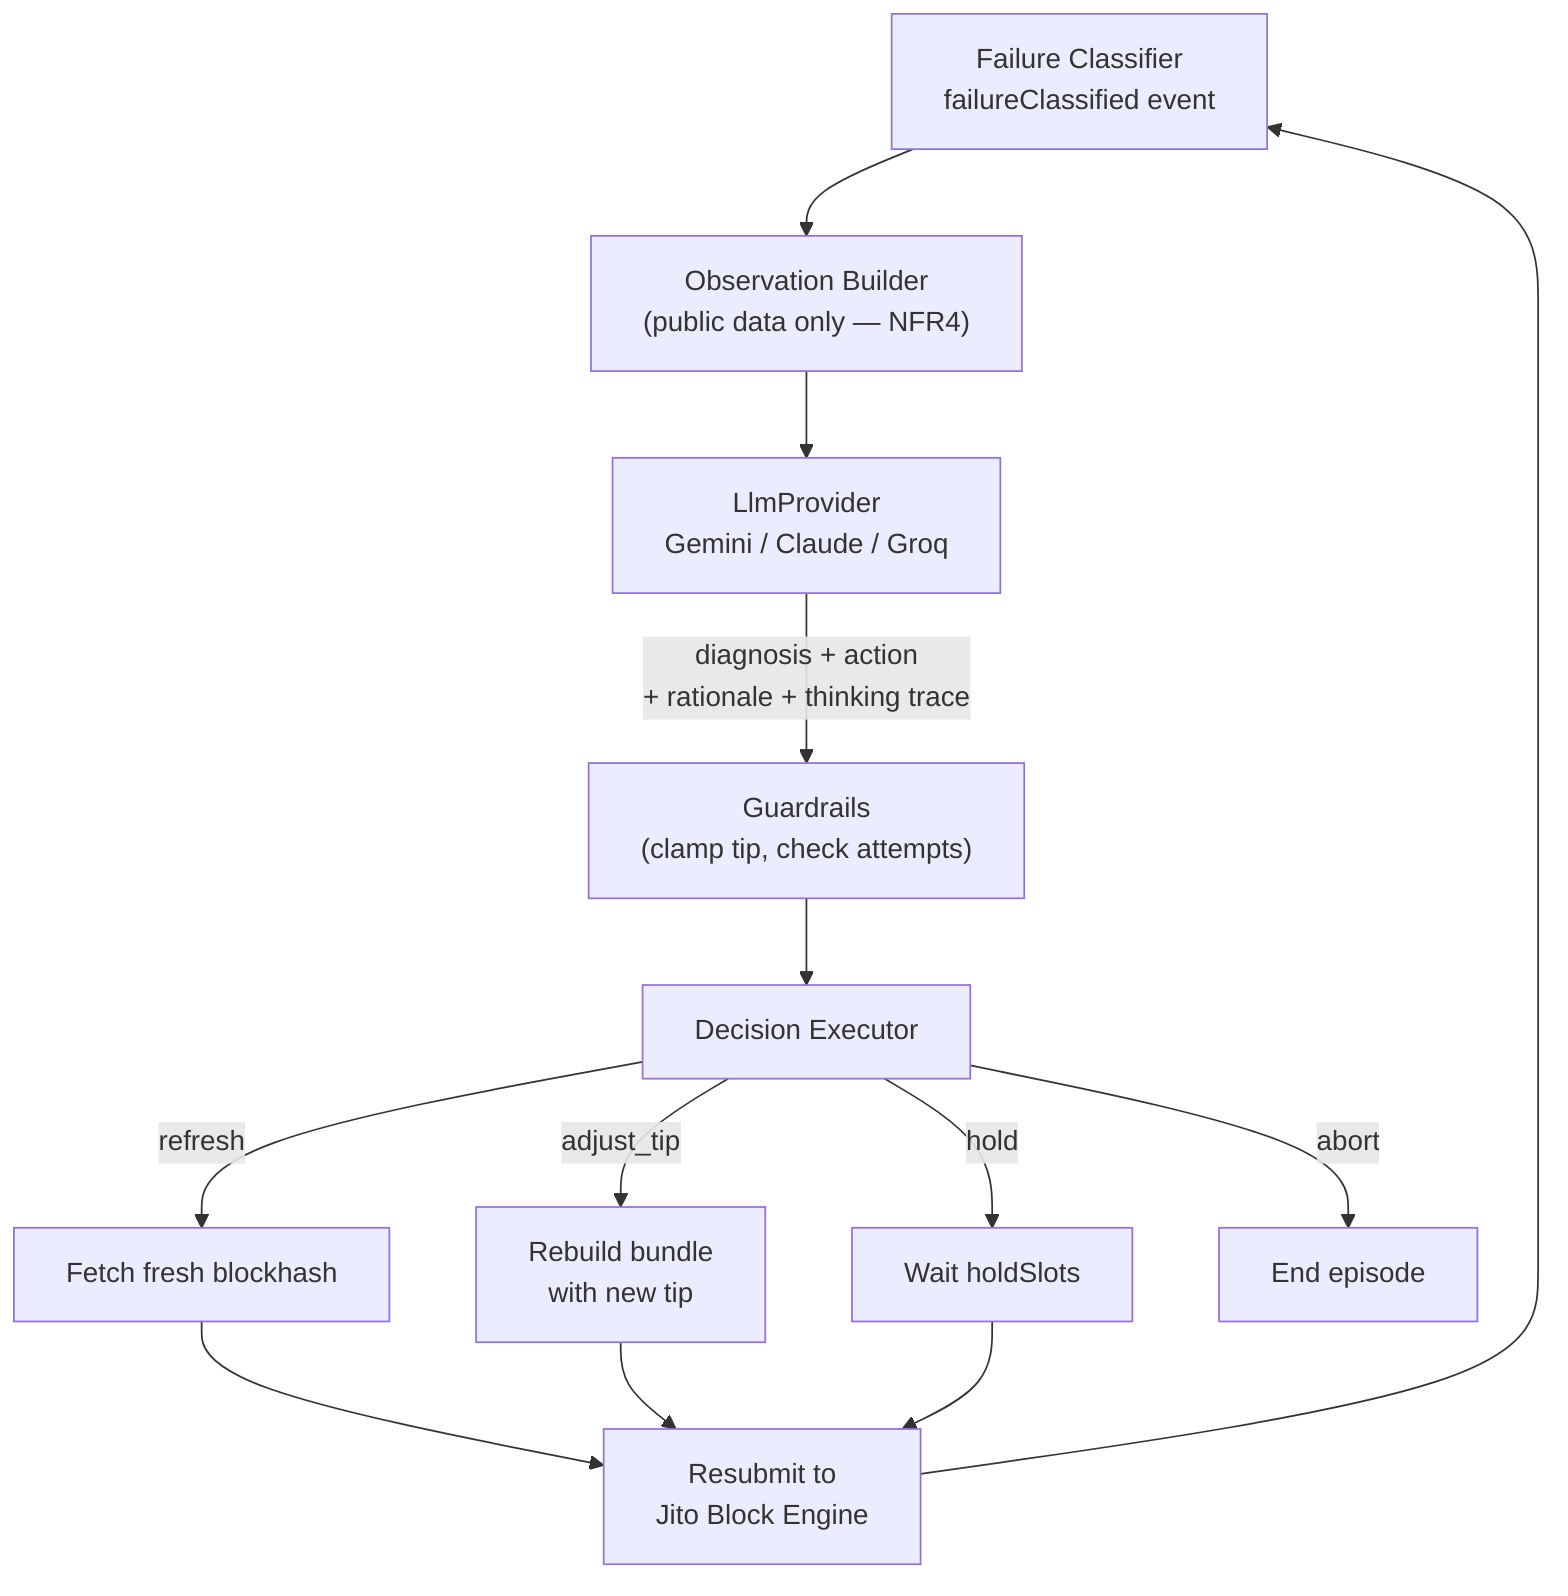
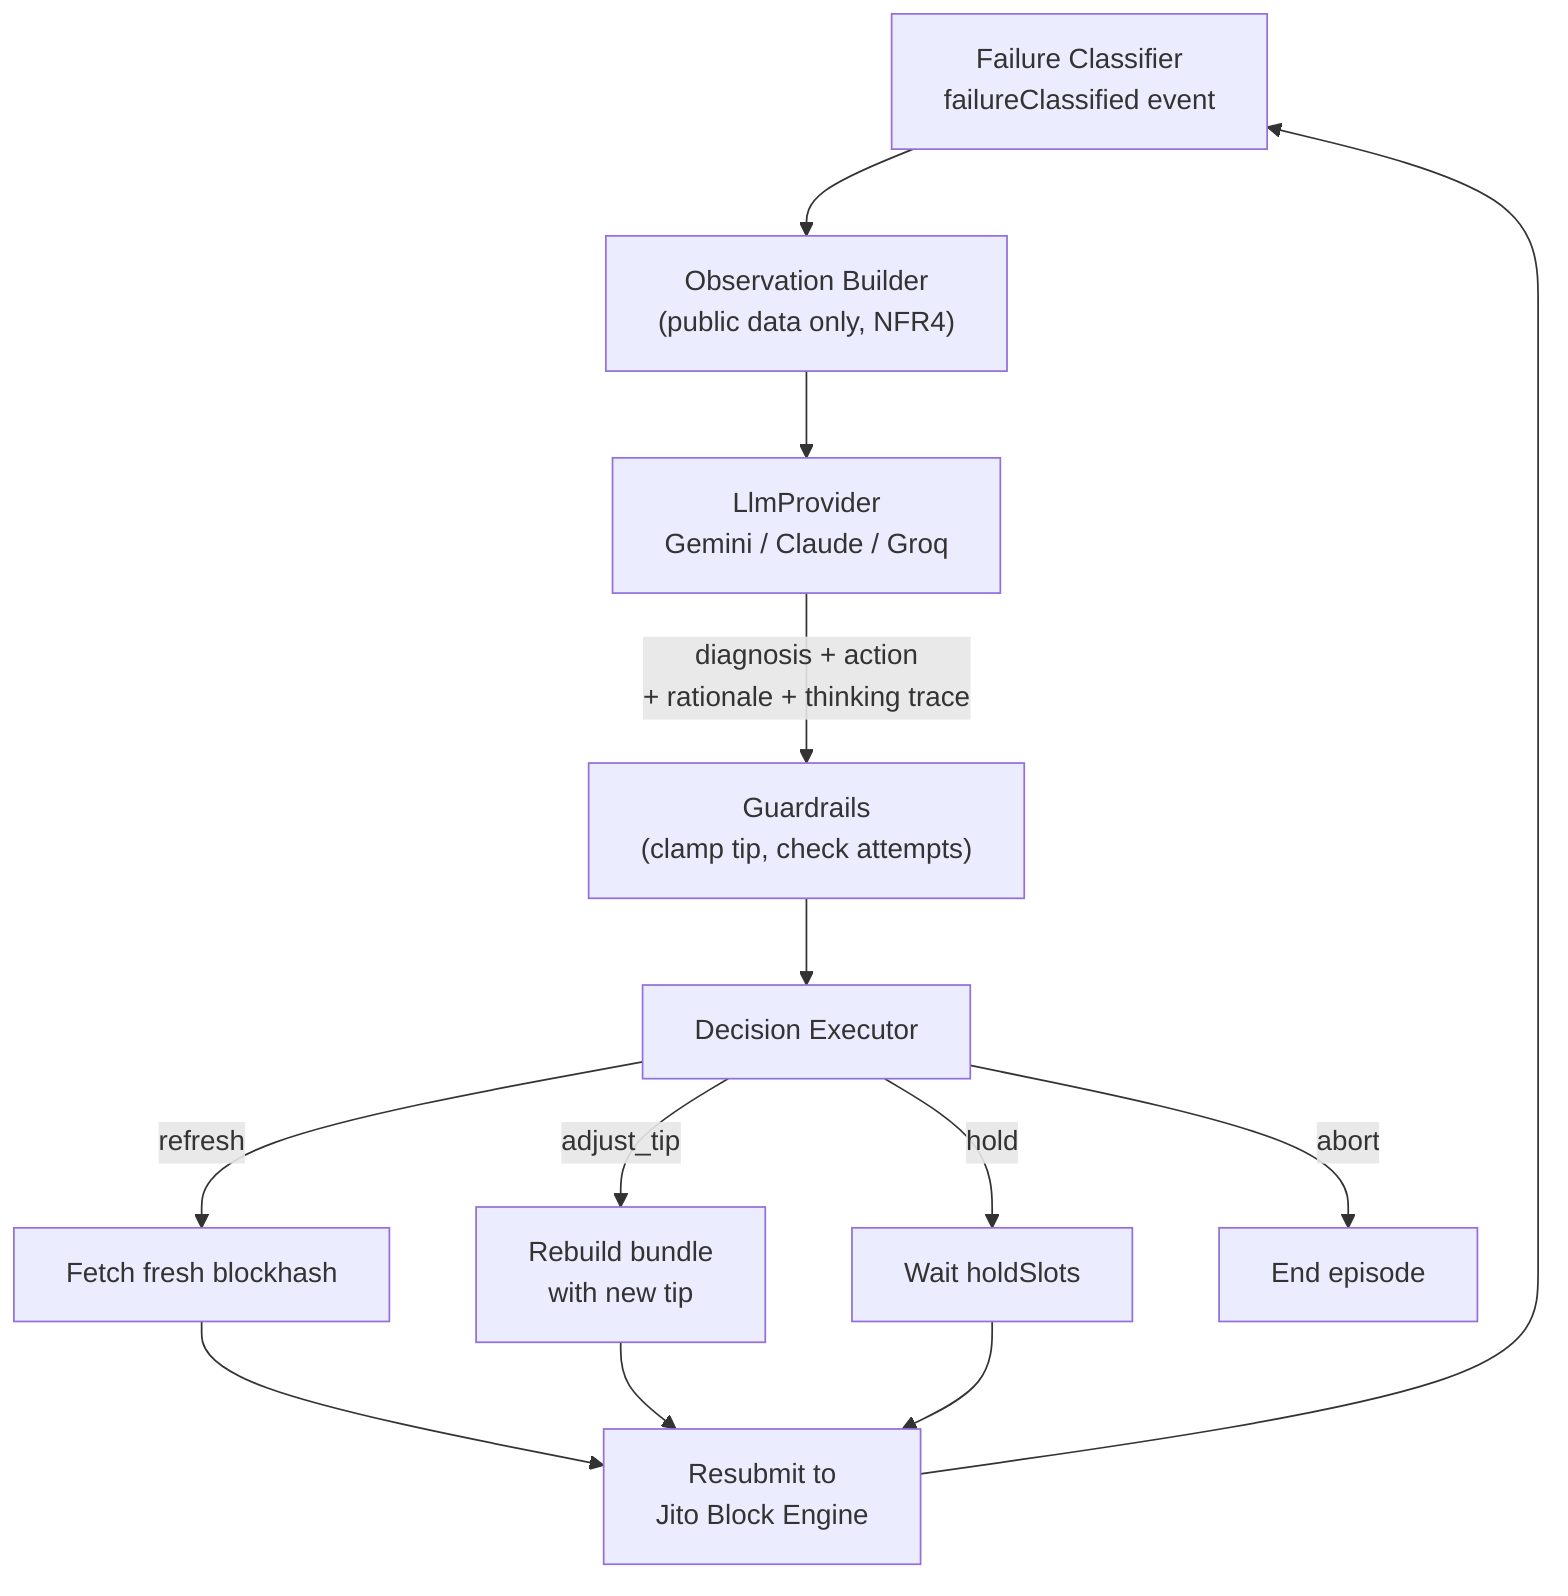
graph TD
-   FC["Failure Classifier\nfailureClassified event"]-->OB["Observation Builder\n(public data only — NFR4)"]
+   FC["Failure Classifier\nfailureClassified event"]-->OB["Observation Builder\n(public data only, NFR4)"]
  OB-->LP["LlmProvider\nGemini / Claude / Groq"]
  LP-->|"diagnosis + action\n+ rationale + thinking trace"| GR["Guardrails\n(clamp tip, check attempts)"]
  GR-->DE["Decision Executor"]
  DE-->|"refresh"| BH["Fetch fresh blockhash"]
  DE-->|"adjust_tip"| BT["Rebuild bundle\nwith new tip"]
  DE-->|"hold"| W["Wait holdSlots"]
  DE-->|"abort"| STOP["End episode"]
  BH-->JS["Resubmit to\nJito Block Engine"]
  BT-->JS
  W-->JS
  JS-->FC
